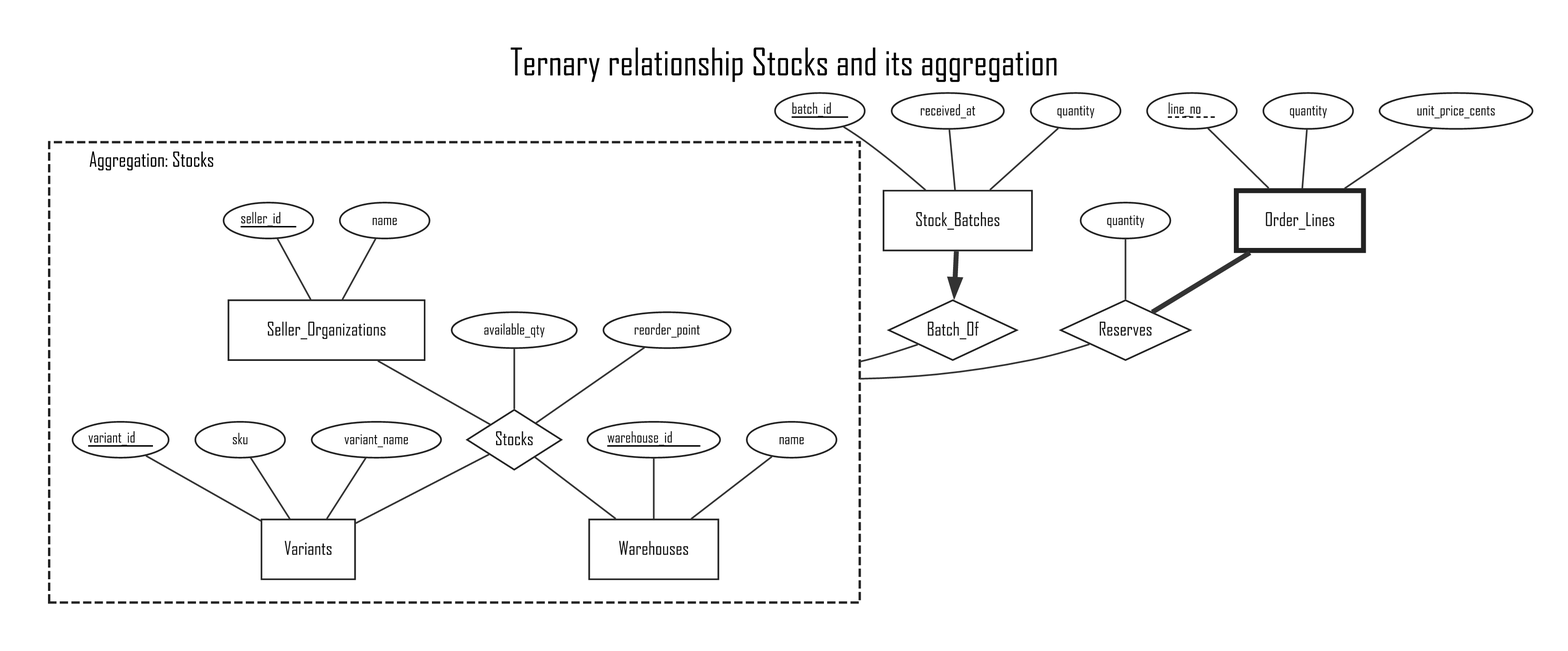
Earlier version of the Graphviz export docs/er/concept-aggregation.png (Barlassen/CS_202_Project). Its source is kept beside it as docs/er/concept-aggregation.dot.
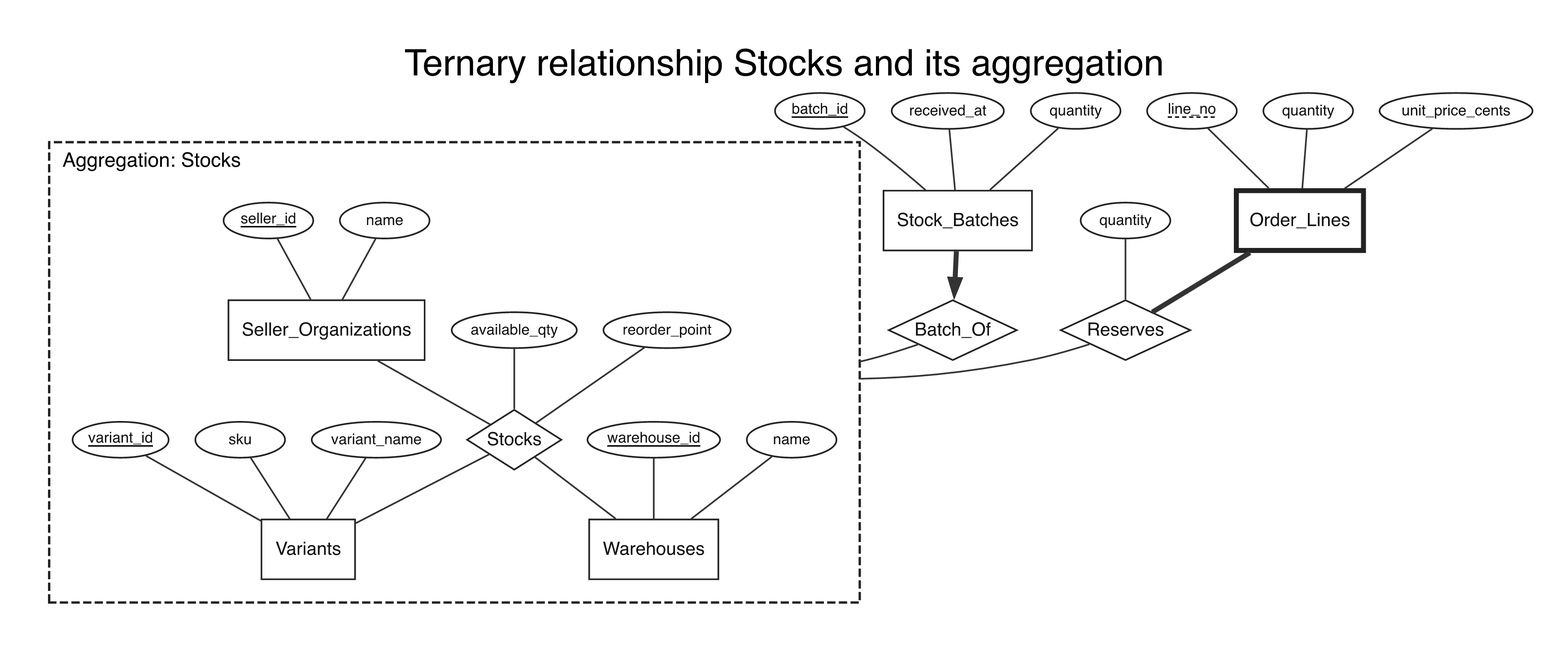
The same diagram one commit later.

Diff of the diagram source:
```diff
@@ -34,21 +34,21 @@
 A__warehouses__warehouse_id -> E_warehouses [dir=none];
 A__warehouses__name [shape=ellipse, fontsize=9, margin="0.04,0.02", height=0.3, label="name"];
 A__warehouses__name -> E_warehouses [dir=none];
-R94 [shape=diamond, penwidth=1, margin="0.02,0.02", label="Stocks"];
-RA94__available_qty [shape=ellipse, fontsize=9, margin="0.04,0.02", height=0.3, label="available_qty"];
-RA94__available_qty -> R94 [dir=none];
-RA94__reorder_point [shape=ellipse, fontsize=9, margin="0.04,0.02", height=0.3, label="reorder_point"];
-RA94__reorder_point -> R94 [dir=none];
-E_seller_organizations -> R94 [dir=none];
-R94 -> E_variants [dir=none];
-R94 -> E_warehouses [dir=none];
+R95 [shape=diamond, penwidth=1, margin="0.02,0.02", label="Stocks"];
+RA95__available_qty [shape=ellipse, fontsize=9, margin="0.04,0.02", height=0.3, label="available_qty"];
+RA95__available_qty -> R95 [dir=none];
+RA95__reorder_point [shape=ellipse, fontsize=9, margin="0.04,0.02", height=0.3, label="reorder_point"];
+RA95__reorder_point -> R95 [dir=none];
+E_seller_organizations -> R95 [dir=none];
+R95 -> E_variants [dir=none];
+R95 -> E_warehouses [dir=none];
 }
 R44 [shape=diamond, penwidth=1, margin="0.02,0.02", label="Batch_Of"];
 E_stock_batches -> R44 [dir=forward, arrowhead=normal, penwidth=3];
-R44 -> R94 [dir=none, lhead=cluster_agg, penwidth=1];
-R96 [shape=diamond, penwidth=1, margin="0.02,0.02", label="Reserves"];
-RA96__quantity [shape=ellipse, fontsize=9, margin="0.04,0.02", height=0.3, label="quantity"];
-RA96__quantity -> R96 [dir=none];
-E_order_lines -> R96 [dir=none, penwidth=3];
-R96 -> R94 [dir=none, lhead=cluster_agg, penwidth=1];
+R44 -> R95 [dir=none, lhead=cluster_agg, penwidth=1];
+R97 [shape=diamond, penwidth=1, margin="0.02,0.02", label="Reserves"];
+RA97__quantity [shape=ellipse, fontsize=9, margin="0.04,0.02", height=0.3, label="quantity"];
+RA97__quantity -> R97 [dir=none];
+E_order_lines -> R97 [dir=none, penwidth=3];
+R97 -> R95 [dir=none, lhead=cluster_agg, penwidth=1];
 }
```
